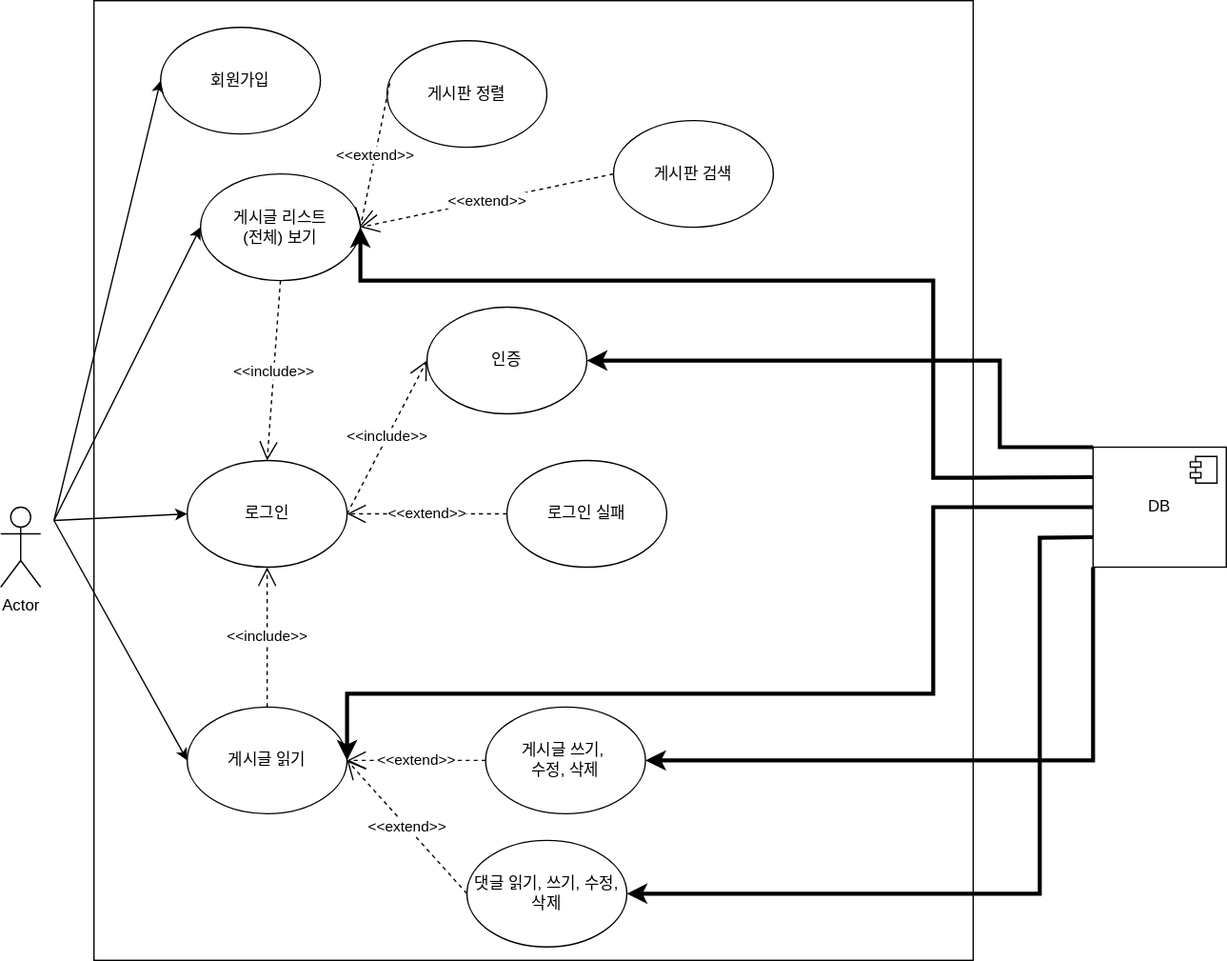
The draw.io diagram document/usecase.svg in hangyeolgyeol/board, before a commit. Source tidied: cells renumbered, new cells last; positions are measured from the earlier drawing's top-left corner, leaving out a move shared by most shapes.
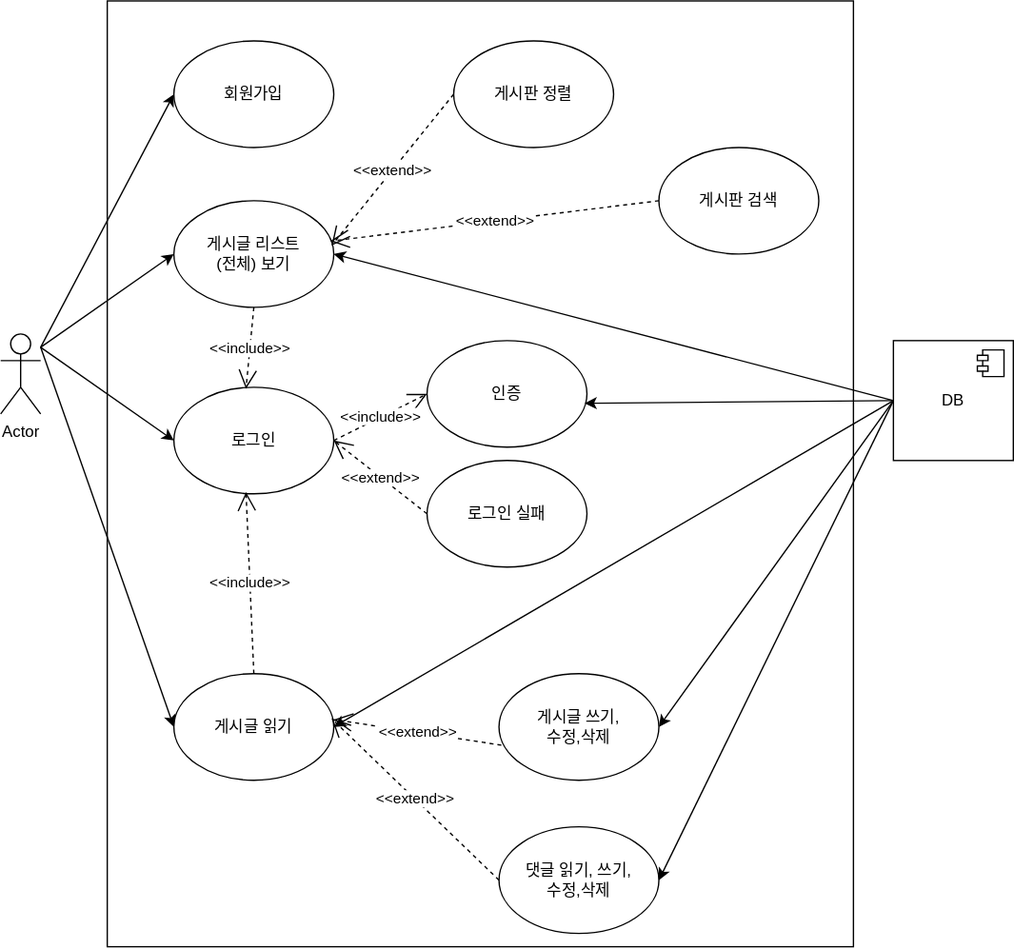
Above is the later version.

Change to the diagram source:
```diff
@@ -3,133 +3,107 @@
     <mxCell id="0" />
     <mxCell id="1" parent="0" />
     <mxCell id="2" value="Actor" style="shape=umlActor;verticalLabelPosition=bottom;verticalAlign=top;html=1;" parent="1" vertex="1">
-      <mxGeometry y="380" width="30" height="60" as="geometry" />
+      <mxGeometry x="-10" y="250" width="30" height="60" as="geometry" />
     </mxCell>
-    <mxCell id="3" style="rounded=0;whiteSpace=wrap;html=1;" parent="1" vertex="1">
-      <mxGeometry x="70" width="660" height="720" as="geometry" />
-    </mxCell>
+    <mxCell id="33" style="rounded=0;whiteSpace=wrap;html=1;" parent="1" vertex="1">
+      <mxGeometry x="70" width="560" height="710" as="geometry" />
+    </mxCell>
     <mxCell id="4" value="회원가입" style="ellipse;whiteSpace=wrap;html=1;" parent="1" vertex="1">
-      <mxGeometry x="120" y="20" width="120" height="80" as="geometry" />
+      <mxGeometry x="120" y="30" width="120" height="80" as="geometry" />
     </mxCell>
     <mxCell id="5" value="로그인" style="ellipse;whiteSpace=wrap;html=1;" parent="1" vertex="1">
-      <mxGeometry x="140" y="345" width="120" height="80" as="geometry" />
+      <mxGeometry x="120" y="290" width="120" height="80" as="geometry" />
     </mxCell>
-    <mxCell id="6" value="게시글 리스트&lt;div&gt;(전체) 보기&lt;/div&gt;" style="ellipse;whiteSpace=wrap;html=1;" parent="1" vertex="1">
-      <mxGeometry x="150" y="130" width="120" height="80" as="geometry" />
+    <mxCell id="6" value="게시글 리스트&lt;br&gt;(전체) 보기" style="ellipse;whiteSpace=wrap;html=1;" parent="1" vertex="1">
+      <mxGeometry x="120" y="150" width="120" height="80" as="geometry" />
     </mxCell>
-    <mxCell id="7" value="게시글 읽기" style="ellipse;whiteSpace=wrap;html=1;" parent="1" vertex="1">
-      <mxGeometry x="140" y="530" width="120" height="80" as="geometry" />
-    </mxCell>
-    <mxCell id="8" value="게시글 쓰기,&amp;nbsp;&lt;div&gt;수정, 삭제&lt;/div&gt;" style="ellipse;whiteSpace=wrap;html=1;" parent="1" vertex="1">
-      <mxGeometry x="364" y="530" width="120" height="80" as="geometry" />
-    </mxCell>
-    <mxCell id="9" value="댓글 읽기, 쓰기, 수정, 삭제" style="ellipse;whiteSpace=wrap;html=1;" parent="1" vertex="1">
-      <mxGeometry x="350" y="630" width="120" height="80" as="geometry" />
-    </mxCell>
+    <mxCell id="34" value="게시글 쓰기,&lt;div&gt;수정,삭제&lt;/div&gt;" style="ellipse;whiteSpace=wrap;html=1;" parent="1" vertex="1">
+      <mxGeometry x="364" y="505" width="120" height="80" as="geometry" />
+    </mxCell>
+    <mxCell id="35" value="댓글 읽기, 쓰기,&lt;div&gt;수정,삭제&lt;/div&gt;" style="ellipse;whiteSpace=wrap;html=1;" parent="1" vertex="1">
+      <mxGeometry x="364" y="620" width="120" height="80" as="geometry" />
+    </mxCell>
     <mxCell id="10" value="게시판 정렬" style="ellipse;whiteSpace=wrap;html=1;" parent="1" vertex="1">
-      <mxGeometry x="290" y="30" width="120" height="80" as="geometry" />
+      <mxGeometry x="330" y="30" width="120" height="80" as="geometry" />
     </mxCell>
     <mxCell id="11" value="게시판 검색" style="ellipse;whiteSpace=wrap;html=1;" parent="1" vertex="1">
-      <mxGeometry x="460" y="90" width="120" height="80" as="geometry" />
+      <mxGeometry x="484" y="110" width="120" height="80" as="geometry" />
     </mxCell>
+    <mxCell id="7" value="게시글 읽기" style="ellipse;whiteSpace=wrap;html=1;" parent="1" vertex="1">
+      <mxGeometry x="120" y="505" width="120" height="80" as="geometry" />
+    </mxCell>
     <mxCell id="12" value="인증" style="ellipse;whiteSpace=wrap;html=1;" parent="1" vertex="1">
-      <mxGeometry x="320" y="230" width="120" height="80" as="geometry" />
+      <mxGeometry x="310" y="255" width="120" height="80" as="geometry" />
     </mxCell>
-    <mxCell id="13" style="endArrow=classic;html=1;rounded=0;entryX=0;entryY=0.5;entryDx=0;entryDy=0;" parent="1" edge="1" target="4">
-      <mxGeometry relative="1" as="geometry">
-        <mxPoint x="40" y="390" as="sourcePoint" />
-      </mxGeometry>
-    </mxCell>
-    <mxCell id="14" style="endArrow=classic;html=1;rounded=0;entryX=0;entryY=0.5;entryDx=0;entryDy=0;" parent="1" edge="1" target="6">
-      <mxGeometry relative="1" as="geometry">
-        <mxPoint x="40" y="390" as="sourcePoint" />
-      </mxGeometry>
-    </mxCell>
-    <mxCell id="15" style="endArrow=classic;html=1;rounded=0;entryX=0;entryY=0.5;entryDx=0;entryDy=0;" parent="1" edge="1" target="7">
-      <mxGeometry relative="1" as="geometry">
-        <mxPoint x="40" y="390" as="sourcePoint" />
-      </mxGeometry>
-    </mxCell>
-    <mxCell id="16" style="endArrow=classic;html=1;rounded=0;entryX=0;entryY=0.5;entryDx=0;entryDy=0;" parent="1" edge="1" target="5">
-      <mxGeometry relative="1" as="geometry">
-        <mxPoint x="40" y="390" as="sourcePoint" />
-      </mxGeometry>
-    </mxCell>
+    <mxCell id="36" style="endArrow=classic;html=1;rounded=0;entryX=0;entryY=0.5;entryDx=0;entryDy=0;" parent="1" edge="1" target="4">
+      <mxGeometry relative="1" as="geometry">
+        <mxPoint x="20" y="260" as="sourcePoint" />
+      </mxGeometry>
+    </mxCell>
+    <mxCell id="37" style="endArrow=classic;html=1;rounded=0;entryX=0;entryY=0.5;entryDx=0;entryDy=0;" parent="1" edge="1" target="6">
+      <mxGeometry relative="1" as="geometry">
+        <mxPoint x="20" y="260" as="sourcePoint" />
+      </mxGeometry>
+    </mxCell>
+    <mxCell id="38" style="endArrow=classic;html=1;rounded=0;entryX=0;entryY=0.5;entryDx=0;entryDy=0;" parent="1" edge="1" target="7">
+      <mxGeometry relative="1" as="geometry">
+        <mxPoint x="20" y="260" as="sourcePoint" />
+      </mxGeometry>
+    </mxCell>
+    <mxCell id="39" style="endArrow=classic;html=1;rounded=0;entryX=0;entryY=0.5;entryDx=0;entryDy=0;" parent="1" edge="1" target="5">
+      <mxGeometry relative="1" as="geometry">
+        <mxPoint x="20" y="260" as="sourcePoint" />
+      </mxGeometry>
+    </mxCell>
     <mxCell id="17" value="로그인 실패" style="ellipse;whiteSpace=wrap;html=1;" parent="1" vertex="1">
-      <mxGeometry x="380" y="345" width="120" height="80" as="geometry" />
+      <mxGeometry x="310" y="345" width="120" height="80" as="geometry" />
     </mxCell>
+    <mxCell id="23" value="&amp;lt;&amp;lt;include&amp;gt;&amp;gt;" style="endArrow=open;endSize=12;dashed=1;html=1;rounded=0;exitX=1;exitY=0.5;exitDx=0;exitDy=0;entryX=0;entryY=0.5;entryDx=0;entryDy=0;" parent="1" edge="1" source="5" target="12">
+      <mxGeometry relative="1" as="geometry" />
+    </mxCell>
+    <mxCell id="22" value="&amp;lt;&amp;lt;extend&amp;gt;&amp;gt;" style="endArrow=open;endSize=12;dashed=1;html=1;rounded=0;exitX=0;exitY=0.5;exitDx=0;exitDy=0;entryX=1;entryY=0.5;entryDx=0;entryDy=0;" parent="1" edge="1" source="17" target="5">
+      <mxGeometry relative="1" as="geometry" />
+    </mxCell>
-    <mxCell id="18" value="&amp;lt;&amp;lt;extend&amp;gt;&amp;gt;" style="endArrow=open;endSize=12;dashed=1;html=1;rounded=0;entryX=1;entryY=0.5;entryDx=0;entryDy=0;exitX=0;exitY=0.5;exitDx=0;exitDy=0;" parent="1" edge="1" source="11" target="6">
+    <mxCell id="18" value="&amp;lt;&amp;lt;extend&amp;gt;&amp;gt;" style="endArrow=open;endSize=12;dashed=1;html=1;rounded=0;exitX=0;exitY=0.5;exitDx=0;exitDy=0;entryX=0.979;entryY=0.379;entryDx=0;entryDy=0;entryPerimeter=0;" parent="1" edge="1" source="11" target="6">
       <mxGeometry relative="1" as="geometry" />
     </mxCell>
+    <mxCell id="25" value="&amp;lt;&amp;lt;extend&amp;gt;&amp;gt;" style="endArrow=open;endSize=12;dashed=1;html=1;rounded=0;exitX=0;exitY=0.5;exitDx=0;exitDy=0;entryX=0.986;entryY=0.421;entryDx=0;entryDy=0;entryPerimeter=0;" parent="1" edge="1" source="10" target="6">
+      <mxGeometry relative="1" as="geometry" />
+    </mxCell>
+    <mxCell id="40" value="&amp;lt;&amp;lt;extend&amp;gt;&amp;gt;" style="endArrow=open;endSize=12;dashed=1;html=1;rounded=0;exitX=0.015;exitY=0.671;exitDx=0;exitDy=0;entryX=1;entryY=0.431;entryDx=0;entryDy=0;entryPerimeter=0;exitPerimeter=0;" parent="1" edge="1" source="34" target="7">
+      <mxGeometry relative="1" as="geometry" />
+    </mxCell>
+    <mxCell id="41" value="&amp;lt;&amp;lt;extend&amp;gt;&amp;gt;" style="endArrow=open;endSize=12;dashed=1;html=1;rounded=0;exitX=0;exitY=0.5;exitDx=0;exitDy=0;entryX=0.986;entryY=0.421;entryDx=0;entryDy=0;entryPerimeter=0;" parent="1" edge="1" source="35" target="7">
+      <mxGeometry relative="1" as="geometry" />
+    </mxCell>
+    <mxCell id="24" value="&amp;lt;&amp;lt;include&amp;gt;&amp;gt;" style="endArrow=open;endSize=12;dashed=1;html=1;rounded=0;exitX=0.5;exitY=1;exitDx=0;exitDy=0;entryX=0.451;entryY=0.015;entryDx=0;entryDy=0;entryPerimeter=0;" parent="1" edge="1" source="6" target="5">
+      <mxGeometry relative="1" as="geometry" />
+    </mxCell>
-    <mxCell id="19" value="&amp;lt;&amp;lt;include&amp;gt;&amp;gt;" style="endArrow=open;endSize=12;dashed=1;html=1;rounded=0;entryX=0.5;entryY=1;entryDx=0;entryDy=0;exitX=0.5;exitY=0;exitDx=0;exitDy=0;" parent="1" edge="1" source="7" target="5">
+    <mxCell id="19" value="&amp;lt;&amp;lt;include&amp;gt;&amp;gt;" style="endArrow=open;endSize=12;dashed=1;html=1;rounded=0;exitX=0.5;exitY=0;exitDx=0;exitDy=0;entryX=0.451;entryY=0.983;entryDx=0;entryDy=0;entryPerimeter=0;" parent="1" edge="1" source="7" target="5">
       <mxGeometry relative="1" as="geometry" />
     </mxCell>
-    <mxCell id="20" value="&amp;lt;&amp;lt;extend&amp;gt;&amp;gt;" style="endArrow=open;endSize=12;dashed=1;html=1;rounded=0;entryX=1;entryY=0.5;entryDx=0;entryDy=0;exitX=0;exitY=0.5;exitDx=0;exitDy=0;" parent="1" edge="1" source="9" target="7">
-      <mxGeometry relative="1" as="geometry" />
-    </mxCell>
-    <mxCell id="21" value="&amp;lt;&amp;lt;extend&amp;gt;&amp;gt;" style="endArrow=open;endSize=12;dashed=1;html=1;rounded=0;entryX=1;entryY=0.5;entryDx=0;entryDy=0;exitX=0;exitY=0.5;exitDx=0;exitDy=0;" parent="1" edge="1" source="8" target="7">
-      <mxGeometry relative="1" as="geometry" />
-    </mxCell>
-    <mxCell id="22" value="&amp;lt;&amp;lt;extend&amp;gt;&amp;gt;" style="endArrow=open;endSize=12;dashed=1;html=1;rounded=0;entryX=1;entryY=0.5;entryDx=0;entryDy=0;exitX=0;exitY=0.5;exitDx=0;exitDy=0;" parent="1" edge="1" source="17" target="5">
-      <mxGeometry relative="1" as="geometry" />
-    </mxCell>
-    <mxCell id="23" value="&amp;lt;&amp;lt;include&amp;gt;&amp;gt;" style="endArrow=open;endSize=12;dashed=1;html=1;rounded=0;entryX=0;entryY=0.5;entryDx=0;entryDy=0;exitX=1;exitY=0.5;exitDx=0;exitDy=0;" parent="1" edge="1" source="5" target="12">
-      <mxGeometry relative="1" as="geometry" />
-    </mxCell>
-    <mxCell id="24" value="&amp;lt;&amp;lt;include&amp;gt;&amp;gt;" style="endArrow=open;endSize=12;dashed=1;html=1;rounded=0;entryX=0.5;entryY=0;entryDx=0;entryDy=0;exitX=0.5;exitY=1;exitDx=0;exitDy=0;" parent="1" edge="1" source="6" target="5">
-      <mxGeometry relative="1" as="geometry" />
-    </mxCell>
-    <mxCell id="25" value="&amp;lt;&amp;lt;extend&amp;gt;&amp;gt;" style="endArrow=open;endSize=12;dashed=1;html=1;rounded=0;entryX=1;entryY=0.5;entryDx=0;entryDy=0;exitX=0.017;exitY=0.4;exitDx=0;exitDy=0;exitPerimeter=0;" parent="1" edge="1" source="10" target="6">
-      <mxGeometry relative="1" as="geometry" />
-    </mxCell>
     <mxCell id="26" value="DB" style="html=1;whiteSpace=wrap;" parent="1" vertex="1">
-      <mxGeometry x="820" y="335" width="100" height="90" as="geometry" />
+      <mxGeometry x="660" y="255" width="90" height="90" as="geometry" />
     </mxCell>
-    <mxCell id="27" style="shape=module;jettyWidth=8;jettyHeight=4;" parent="26" vertex="1">
-      <mxGeometry x="1" width="20" height="20" relative="1" as="geometry">
-        <mxPoint x="-27" y="7" as="offset" />
-      </mxGeometry>
-    </mxCell>
-    <mxCell id="28" style="endArrow=classic;html=1;rounded=0;exitX=0;exitY=0.75;exitDx=0;exitDy=0;entryX=1;entryY=0.5;entryDx=0;entryDy=0;strokeWidth=3;" parent="1" edge="1" source="26" target="9">
-      <mxGeometry relative="1" as="geometry">
-        <Array as="points">
-          <mxPoint x="780" y="403" />
-          <mxPoint x="780" y="670" />
-        </Array>
-      </mxGeometry>
-    </mxCell>
-    <mxCell id="29" style="endArrow=classic;html=1;rounded=0;entryX=1;entryY=0.5;entryDx=0;entryDy=0;exitX=0;exitY=1;exitDx=0;exitDy=0;strokeWidth=3;" parent="1" edge="1" source="26" target="8">
-      <mxGeometry relative="1" as="geometry">
-        <Array as="points">
-          <mxPoint x="820" y="570" />
-        </Array>
-      </mxGeometry>
-    </mxCell>
+    <mxCell id="42" style="shape=module;jettyWidth=8;jettyHeight=4;" parent="26" vertex="1">
+      <mxGeometry x="1" width="20" height="20" relative="1" as="geometry">
+        <mxPoint x="-27" y="7" as="offset" />
+      </mxGeometry>
+    </mxCell>
+    <mxCell id="32" style="endArrow=classic;html=1;rounded=0;entryX=0.986;entryY=0.588;entryDx=0;entryDy=0;exitX=0;exitY=0.5;exitDx=0;exitDy=0;entryPerimeter=0;" parent="1" edge="1" source="26" target="12">
+      <mxGeometry relative="1" as="geometry" />
+    </mxCell>
+    <mxCell id="31" style="endArrow=classic;html=1;rounded=0;entryX=1;entryY=0.5;entryDx=0;entryDy=0;exitX=0;exitY=0.5;exitDx=0;exitDy=0;" parent="1" edge="1" source="26" target="6">
+      <mxGeometry relative="1" as="geometry" />
+    </mxCell>
+    <mxCell id="43" style="endArrow=classic;html=1;rounded=0;entryX=1;entryY=0.5;entryDx=0;entryDy=0;exitX=0;exitY=0.5;exitDx=0;exitDy=0;" parent="1" edge="1" source="26" target="34">
+      <mxGeometry relative="1" as="geometry" />
+    </mxCell>
+    <mxCell id="44" style="endArrow=classic;html=1;rounded=0;entryX=1;entryY=0.5;entryDx=0;entryDy=0;exitX=0;exitY=0.5;exitDx=0;exitDy=0;" parent="1" edge="1" source="26" target="35">
+      <mxGeometry relative="1" as="geometry" />
+    </mxCell>
-    <mxCell id="30" style="endArrow=classic;html=1;rounded=0;entryX=1;entryY=0.5;entryDx=0;entryDy=0;exitX=0;exitY=0.5;exitDx=0;exitDy=0;strokeWidth=3;" parent="1" edge="1" source="26" target="7">
-      <mxGeometry relative="1" as="geometry">
-        <Array as="points">
-          <mxPoint x="700" y="380" />
-          <mxPoint x="700" y="520" />
-          <mxPoint x="260" y="520" />
-        </Array>
-      </mxGeometry>
+    <mxCell id="30" style="endArrow=classic;html=1;rounded=0;exitX=0;exitY=0.5;exitDx=0;exitDy=0;entryX=1;entryY=0.5;entryDx=0;entryDy=0;" parent="1" edge="1" source="26" target="7">
+      <mxGeometry relative="1" as="geometry" />
     </mxCell>
-    <mxCell id="31" style="endArrow=classic;html=1;rounded=0;entryX=1;entryY=0.5;entryDx=0;entryDy=0;exitX=0;exitY=0.25;exitDx=0;exitDy=0;strokeWidth=3;" parent="1" edge="1" source="26" target="6">
-      <mxGeometry relative="1" as="geometry">
-        <Array as="points">
-          <mxPoint x="700" y="358" />
-          <mxPoint x="700" y="210" />
-          <mxPoint x="270" y="210" />
-        </Array>
-      </mxGeometry>
-    </mxCell>
-    <mxCell id="32" style="endArrow=classic;html=1;rounded=0;entryX=1;entryY=0.5;entryDx=0;entryDy=0;exitX=0;exitY=0;exitDx=0;exitDy=0;strokeWidth=3;" parent="1" edge="1" source="26" target="12">
-      <mxGeometry relative="1" as="geometry">
-        <Array as="points">
-          <mxPoint x="750" y="335" />
-          <mxPoint x="750" y="270" />
-        </Array>
-      </mxGeometry>
-    </mxCell>
   </root>
 </mxGraphModel>
```
